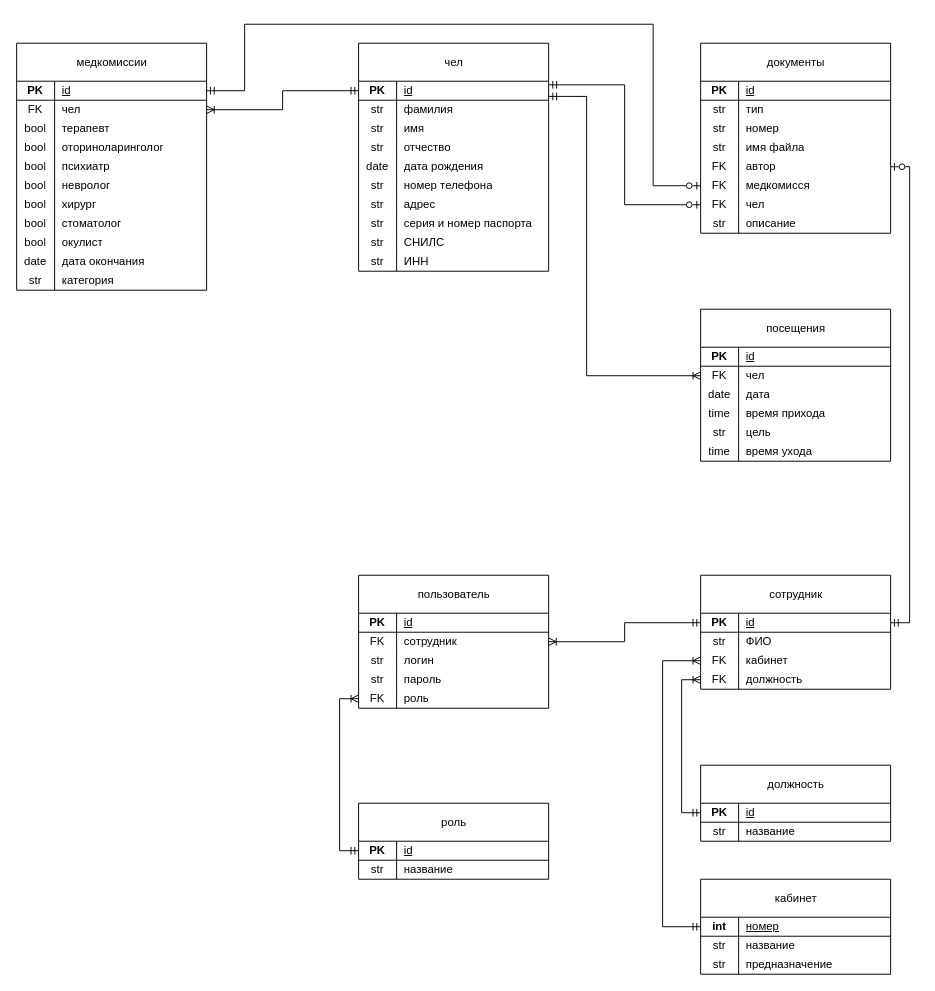
Above: теоретическая часть/схемы/er физическая.drawio in ChesniChok/voenkomat (draw.io), before the change. Source tidied: cells renumbered, new cells numbered last; positions are measured from the earlier drawing's top-left corner, leaving out a move shared by most shapes. Both pictures are drawn from the tidied source at 95%, with x=0, y=0 at pixel (16, 24).
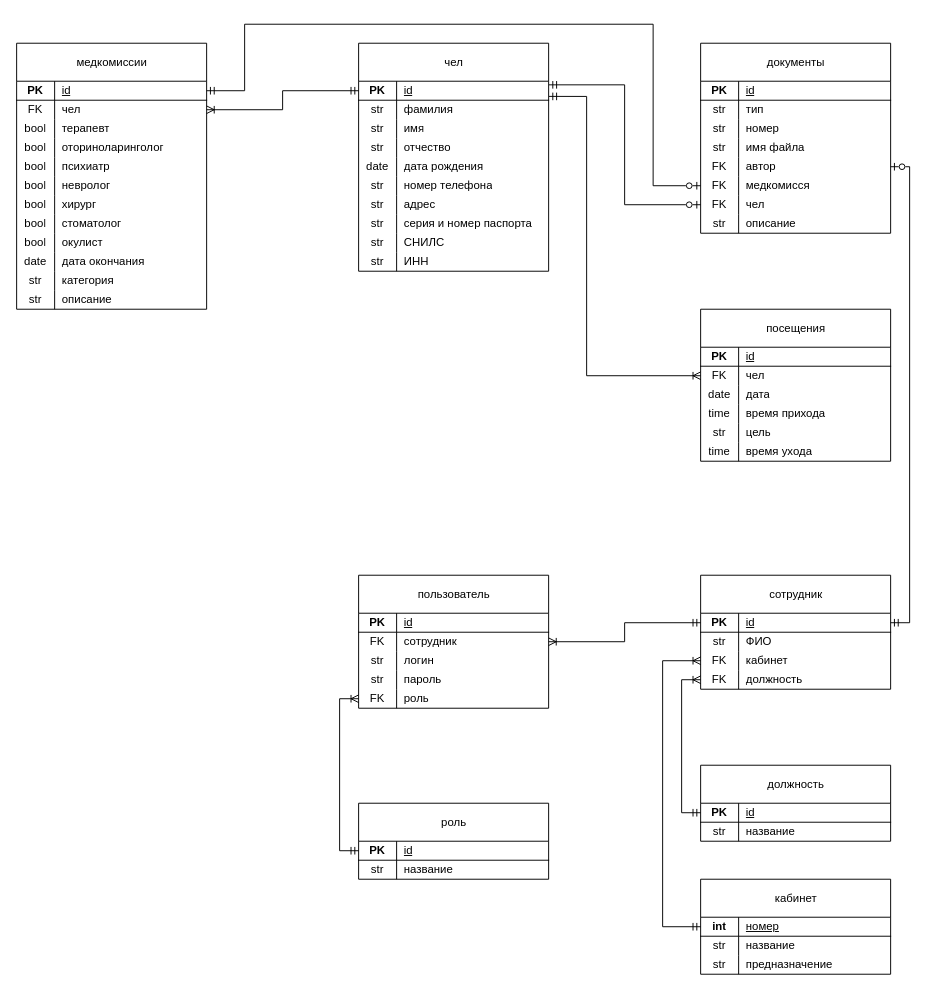
The same diagram, later.

Commit message (it also covers changes not shown here):
модели соответствуют изменённой схеме

What changed in the source:
```diff
@@
     <mxCell id="2" value="&lt;span style=&quot;font-weight: 400; text-wrap-mode: wrap;&quot;&gt;медкомиссии&lt;/span&gt;" style="shape=table;startSize=40;childLayout=tableLayout;rowLines=0;fontStyle=1;align=center;html=1;" parent="1" vertex="1">
-      <mxGeometry y="20" width="200" height="260" as="geometry" />
+      <mxGeometry y="20" width="200" height="280" as="geometry" />
     </mxCell>
@@
+    <mxCell id="173" style="shape=tableRow;horizontal=0;startSize=0;swimlaneHead=0;swimlaneBody=0;fillColor=none;top=0;left=0;right=0;bottom=0;" parent="2" vertex="1">
+      <mxGeometry y="260" width="200" height="20" as="geometry" />
+    </mxCell>
+    <mxCell id="174" value="str" style="shape=partialRectangle;fillColor=none;top=0;left=0;bottom=0;right=0;overflow=hidden;whiteSpace=wrap;html=1;" parent="173" vertex="1">
+      <mxGeometry width="40" height="20" as="geometry" />
+    </mxCell>
+    <mxCell id="175" value="описание" style="shape=partialRectangle;fillColor=none;top=0;left=0;bottom=0;right=0;align=left;spacingLeft=6;overflow=hidden;whiteSpace=wrap;html=1;" parent="173" vertex="1">
+      <mxGeometry x="40" width="160" height="20" as="geometry" />
+    </mxCell>
```
